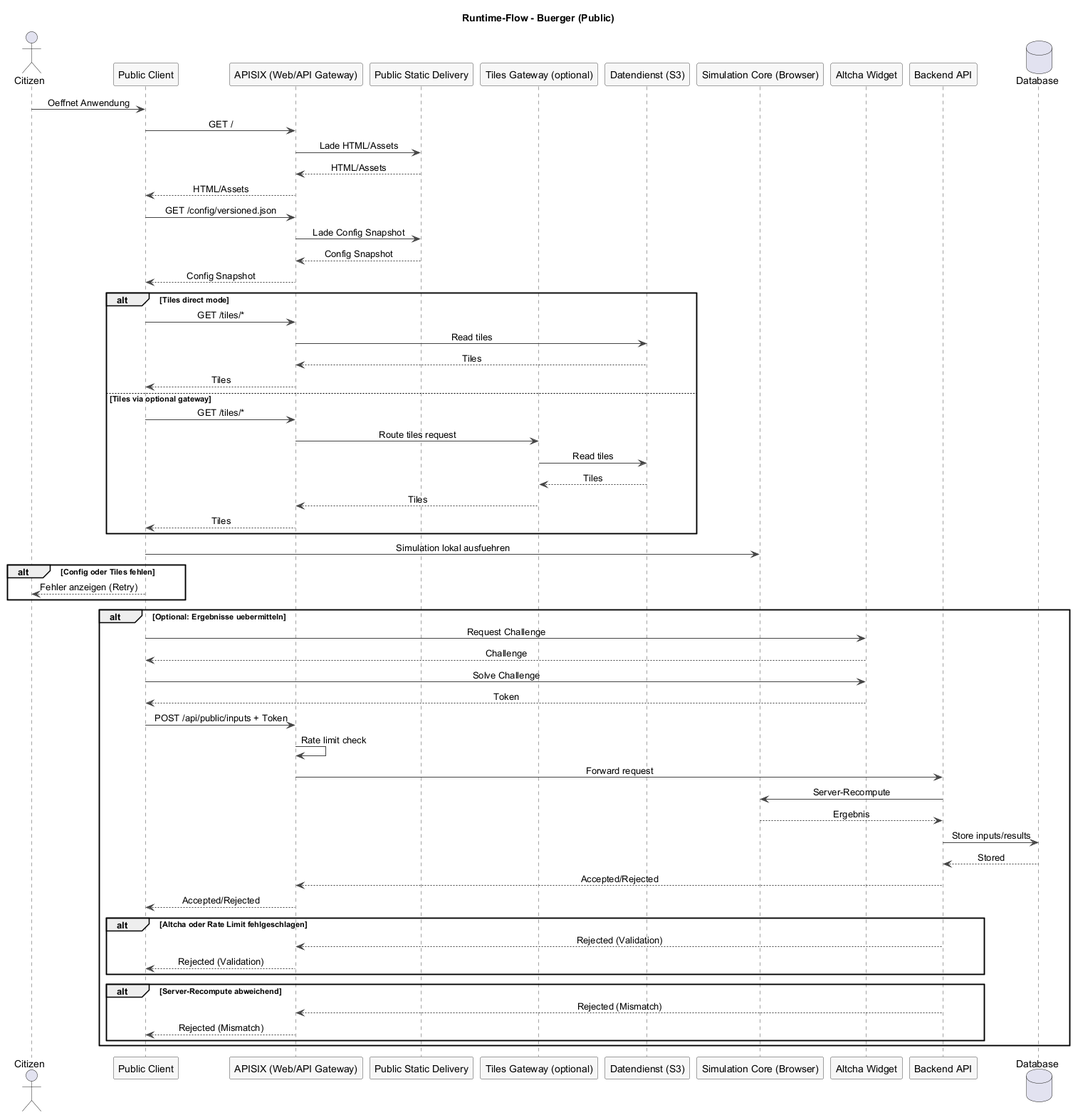
Earlier version of the PlantUML export docs/architecture/attachments/runtime-flow-public.png (csi-FOXBYTE/Regensburg_DigitalerEnergieZwilling_Backend).
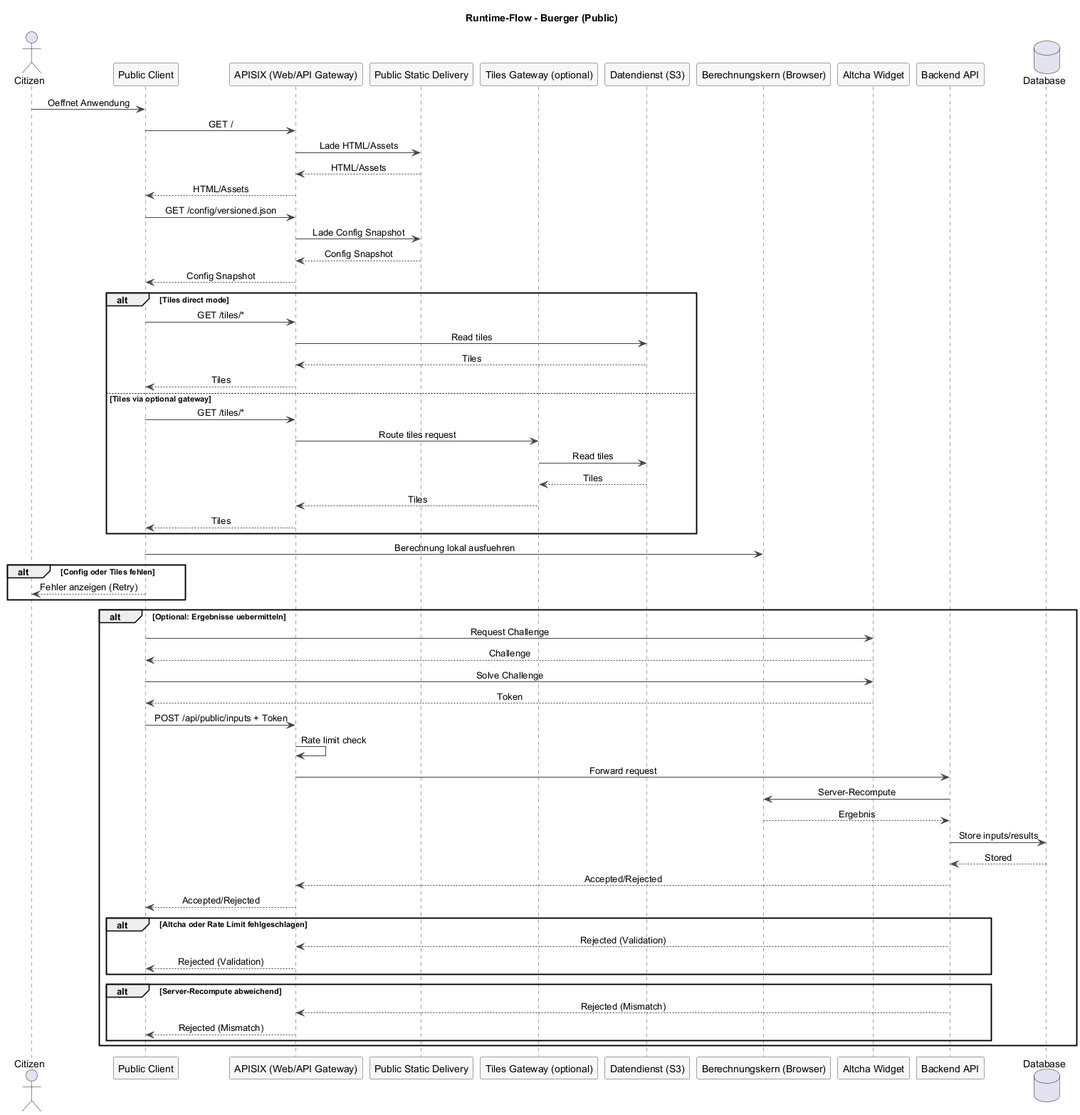
Later version of the same file.

Change to the diagram source:
```diff
@@ -18,7 +18,7 @@
 participant "Public Static Delivery" as public_static
 participant "Tiles Gateway (optional)" as tiles
 participant "Datendienst (S3)" as s3
-participant "Simulation Core (Browser)" as sim
+participant "Berechnungskern (Browser)" as calc
 participant "Altcha Widget" as altcha
 participant "Backend API" as api
 database "Database" as db
@@ -48,7 +48,7 @@
   gateway --> client: Tiles
 end
 
-client -> sim: Simulation lokal ausfuehren
+client -> calc: Berechnung lokal ausfuehren
 
 alt Config oder Tiles fehlen
   client --> user: Fehler anzeigen (Retry)
@@ -62,8 +62,8 @@
   client -> gateway: POST /api/public/inputs + Token
   gateway -> gateway: Rate limit check
   gateway -> api: Forward request
-  api -> sim: Server-Recompute
-  sim --> api: Ergebnis
+  api -> calc: Server-Recompute
+  calc --> api: Ergebnis
   api -> db: Store inputs/results
   db --> api: Stored
   api --> gateway: Accepted/Rejected
```
